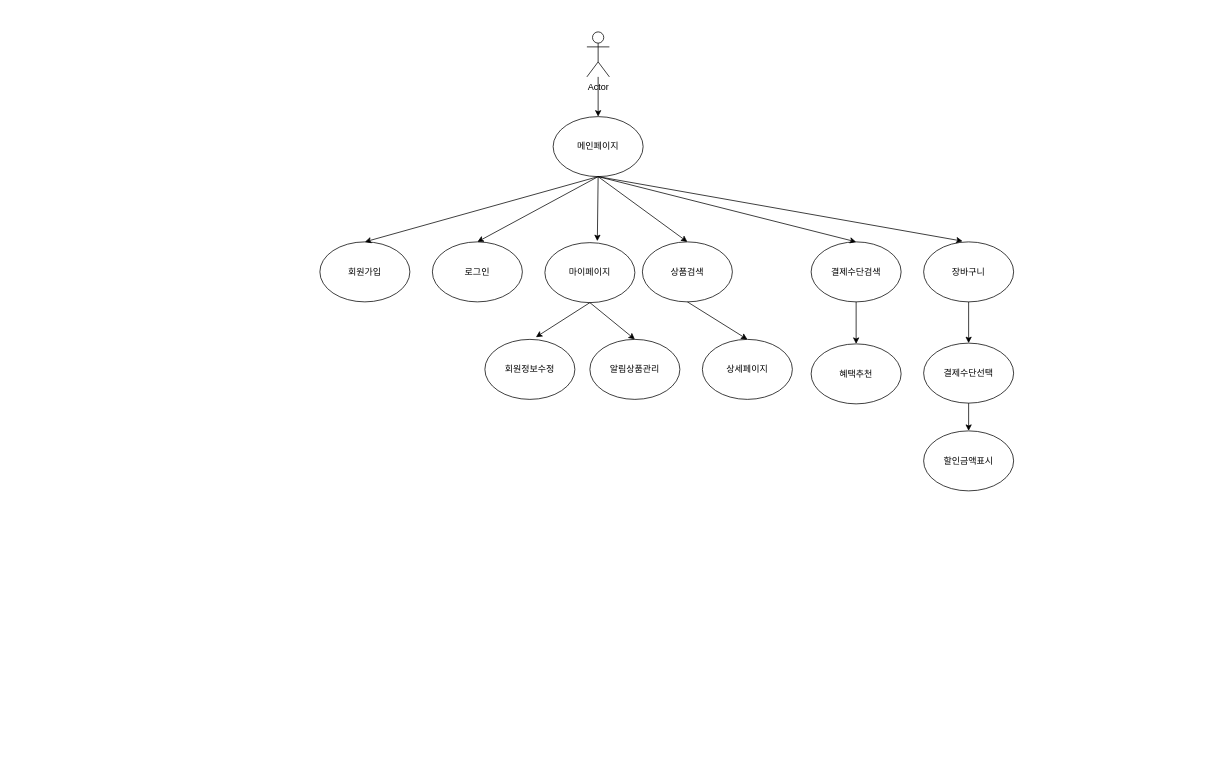
Above: 제목 없는 다이어그램.drawio in BB-3022/Front_Study (draw.io), before the change. Source tidied: cells renumbered, new cells numbered last; positions are measured from the earlier drawing's top-left corner, leaving out a move shared by most shapes. Both pictures are drawn from the tidied source at 75%, with x=0, y=0 at pixel (320, 32).
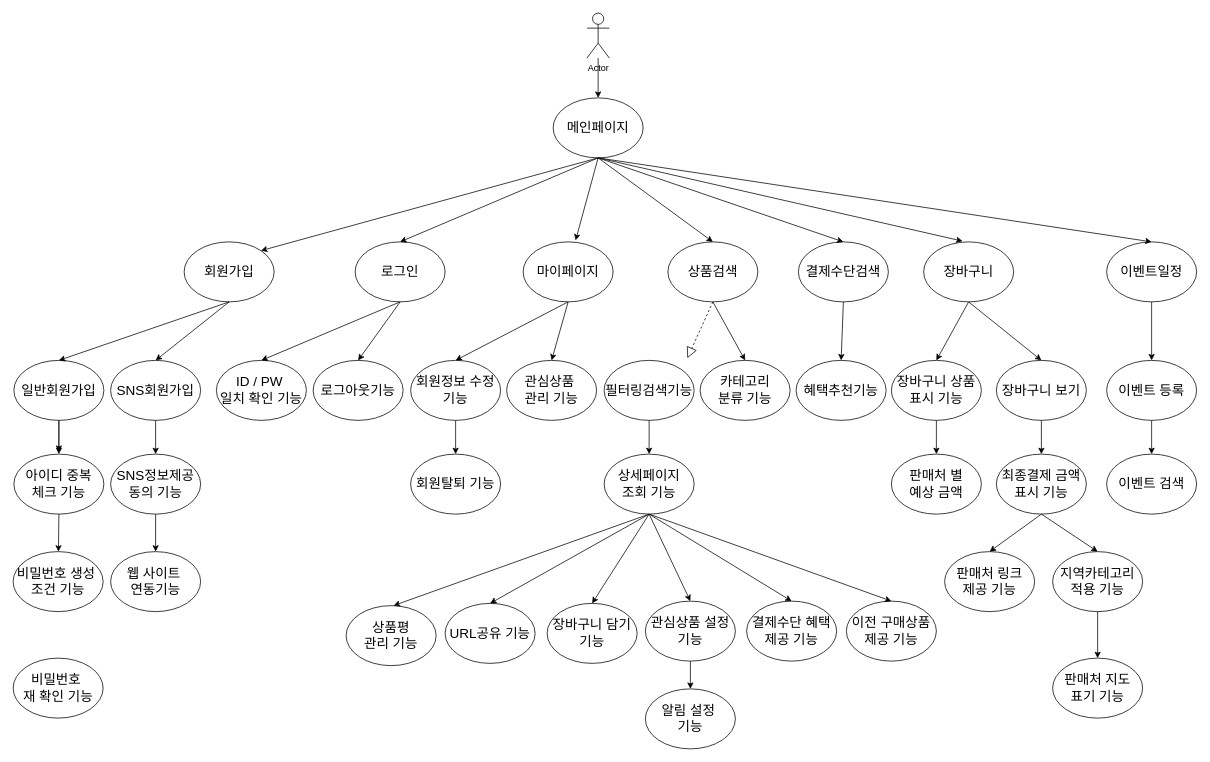
The same diagram, later.

Commit message:
유스퀘이스.drawio 업데이트

The edit, as a diff of the source:
```diff
@@
-    <mxCell id="2" value="메인페이지" style="ellipse;whiteSpace=wrap;html=1;" parent="1" vertex="1">
-      <mxGeometry x="311" y="113" width="120" height="80" as="geometry" />
+    <mxCell id="2" value="&lt;font style=&quot;font-size: 18px;&quot;&gt;메인페이지&lt;/font&gt;" style="ellipse;whiteSpace=wrap;html=1;" parent="1" vertex="1">
+      <mxGeometry x="311" y="88" width="120" height="80" as="geometry" />
     </mxCell>
-    <mxCell id="3" value="회원가입" style="ellipse;whiteSpace=wrap;html=1;" parent="1" vertex="1">
-      <mxGeometry y="280" width="120" height="80" as="geometry" />
+    <mxCell id="3" value="&lt;font style=&quot;font-size: 18px;&quot;&gt;회원가입&lt;/font&gt;" style="ellipse;whiteSpace=wrap;html=1;" parent="1" vertex="1">
+      <mxGeometry x="-181" y="280" width="120" height="80" as="geometry" />
     </mxCell>
-    <mxCell id="4" value="로그인" style="ellipse;whiteSpace=wrap;html=1;" parent="1" vertex="1">
-      <mxGeometry x="150" y="280" width="120" height="80" as="geometry" />
+    <mxCell id="4" value="&lt;font style=&quot;font-size: 18px;&quot;&gt;로그인&lt;/font&gt;" style="ellipse;whiteSpace=wrap;html=1;" parent="1" vertex="1">
+      <mxGeometry x="47" y="280" width="120" height="80" as="geometry" />
     </mxCell>
-    <mxCell id="5" value="회원정보수정" style="ellipse;whiteSpace=wrap;html=1;" parent="1" vertex="1">
-      <mxGeometry x="220" y="410" width="120" height="80" as="geometry" />
-    </mxCell>
-    <mxCell id="6" value="상품검색" style="ellipse;whiteSpace=wrap;html=1;" parent="1" vertex="1">
-      <mxGeometry x="430" y="280" width="120" height="80" as="geometry" />
+    <mxCell id="6" value="&lt;font style=&quot;font-size: 18px;&quot;&gt;상품검색&lt;/font&gt;" style="ellipse;whiteSpace=wrap;html=1;" parent="1" vertex="1">
+      <mxGeometry x="464" y="280" width="120" height="80" as="geometry" />
     </mxCell>
-    <mxCell id="7" value="결제수단검색" style="ellipse;whiteSpace=wrap;html=1;" parent="1" vertex="1">
-      <mxGeometry x="655" y="280" width="120" height="80" as="geometry" />
+    <mxCell id="7" value="&lt;font style=&quot;font-size: 18px;&quot;&gt;결제수단검색&lt;/font&gt;" style="ellipse;whiteSpace=wrap;html=1;" parent="1" vertex="1">
+      <mxGeometry x="638" y="280" width="120" height="80" as="geometry" />
     </mxCell>
-    <mxCell id="8" value="장바구니" style="ellipse;whiteSpace=wrap;html=1;" parent="1" vertex="1">
+    <mxCell id="8" value="&lt;font style=&quot;font-size: 18px;&quot;&gt;장바구니&lt;/font&gt;" style="ellipse;whiteSpace=wrap;html=1;" parent="1" vertex="1">
       <mxGeometry x="805" y="280" width="120" height="80" as="geometry" />
     </mxCell>
-    <mxCell id="9" value="마이페이지" style="ellipse;whiteSpace=wrap;html=1;" parent="1" vertex="1">
-      <mxGeometry x="300" y="281" width="120" height="80" as="geometry" />
+    <mxCell id="9" value="&lt;font style=&quot;font-size: 18px;&quot;&gt;마이페이지&lt;/font&gt;" style="ellipse;whiteSpace=wrap;html=1;" parent="1" vertex="1">
+      <mxGeometry x="271" y="280" width="120" height="80" as="geometry" />
     </mxCell>
-    <mxCell id="10" value="알림상품관리" style="ellipse;whiteSpace=wrap;html=1;" parent="1" vertex="1">
-      <mxGeometry x="360" y="410" width="120" height="80" as="geometry" />
-    </mxCell>
-    <mxCell id="11" value="상세페이지" style="ellipse;whiteSpace=wrap;html=1;" parent="1" vertex="1">
-      <mxGeometry x="510" y="410" width="120" height="80" as="geometry" />
-    </mxCell>
-    <mxCell id="12" style="endArrow=classic;html=1;rounded=0;exitX=0.5;exitY=1;exitDx=0;exitDy=0;entryX=0.5;entryY=0;entryDx=0;entryDy=0;" parent="1" edge="1" source="2" target="3">
+    <mxCell id="12" style="endArrow=classic;html=1;rounded=0;exitX=0.5;exitY=1;exitDx=0;exitDy=0;entryX=1;entryY=0;entryDx=0;entryDy=0;" parent="1" edge="1" source="2" target="3">
       <mxGeometry relative="1" as="geometry" />
     </mxCell>
@@
-    <mxCell id="18" style="endArrow=classic;html=1;rounded=0;exitX=0.5;exitY=1;exitDx=0;exitDy=0;entryX=0.567;entryY=-0.037;entryDx=0;entryDy=0;entryPerimeter=0;" parent="1" edge="1" source="9" target="5">
+    <mxCell id="18" style="endArrow=classic;html=1;rounded=0;exitX=0.5;exitY=1;exitDx=0;exitDy=0;entryX=0.5;entryY=0;entryDx=0;entryDy=0;" parent="1" edge="1" source="4" target="32">
       <mxGeometry relative="1" as="geometry" />
     </mxCell>
-    <mxCell id="19" style="endArrow=classic;html=1;rounded=0;exitX=0.5;exitY=1;exitDx=0;exitDy=0;entryX=0.5;entryY=0;entryDx=0;entryDy=0;" parent="1" edge="1" source="6" target="11">
-      <mxGeometry relative="1" as="geometry" />
-    </mxCell>
-    <mxCell id="20" style="endArrow=classic;html=1;rounded=0;exitX=0.5;exitY=1;exitDx=0;exitDy=0;entryX=0.5;entryY=0;entryDx=0;entryDy=0;" parent="1" edge="1" source="9" target="10">
+    <mxCell id="20" style="endArrow=classic;html=1;rounded=0;exitX=0.5;exitY=1;exitDx=0;exitDy=0;entryX=0.5;entryY=0;entryDx=0;entryDy=0;" parent="1" edge="1" source="9" target="34">
       <mxGeometry relative="1" as="geometry" />
     </mxCell>
-    <mxCell id="21" value="결제수단선택" style="ellipse;whiteSpace=wrap;html=1;" parent="1" vertex="1">
-      <mxGeometry x="805" y="415" width="120" height="80" as="geometry" />
-    </mxCell>
-    <mxCell id="22" value="할인금액표시" style="ellipse;whiteSpace=wrap;html=1;" parent="1" vertex="1">
-      <mxGeometry x="805" y="532" width="120" height="80" as="geometry" />
-    </mxCell>
-    <mxCell id="23" value="혜택추천" style="ellipse;whiteSpace=wrap;html=1;" parent="1" vertex="1">
-      <mxGeometry x="655" y="416" width="120" height="80" as="geometry" />
-    </mxCell>
-    <mxCell id="24" style="endArrow=classic;html=1;rounded=0;exitX=0.5;exitY=1;exitDx=0;exitDy=0;entryX=0.5;entryY=0;entryDx=0;entryDy=0;" parent="1" edge="1" source="7" target="23">
+    <mxCell id="24" style="endArrow=classic;html=1;rounded=0;exitX=0.5;exitY=1;exitDx=0;exitDy=0;entryX=0.5;entryY=0;entryDx=0;entryDy=0;" parent="1" edge="1" source="7" target="43">
       <mxGeometry relative="1" as="geometry" />
     </mxCell>
-    <mxCell id="25" style="endArrow=classic;html=1;rounded=0;exitX=0.5;exitY=1;exitDx=0;exitDy=0;" parent="1" edge="1" source="8" target="21">
+    <mxCell id="25" style="endArrow=classic;html=1;rounded=0;exitX=0.5;exitY=1;exitDx=0;exitDy=0;entryX=0.5;entryY=0;entryDx=0;entryDy=0;" parent="1" edge="1" source="8" target="44">
       <mxGeometry relative="1" as="geometry" />
     </mxCell>
-    <mxCell id="26" style="endArrow=classic;html=1;rounded=0;exitX=0.5;exitY=1;exitDx=0;exitDy=0;entryX=0.5;entryY=0;entryDx=0;entryDy=0;" parent="1" edge="1" source="21" target="22">
-      <mxGeometry relative="1" as="geometry" />
-    </mxCell>
@@
     <mxCell id="28" value="Actor" style="shape=umlActor;verticalLabelPosition=bottom;verticalAlign=top;html=1;outlineConnect=0;" parent="1" vertex="1">
-      <mxGeometry x="356" width="30" height="60" as="geometry" />
+      <mxGeometry x="356" y="-25" width="30" height="60" as="geometry" />
     </mxCell>
+    <mxCell id="29" style="edgeStyle=orthogonalEdgeStyle;rounded=0;jettySize=auto;html=1;" parent="1" edge="1" source="30" target="56">
+      <mxGeometry relative="1" as="geometry" />
+    </mxCell>
+    <mxCell id="30" value="&lt;font style=&quot;font-size: 18px;&quot;&gt;일반회원가입&lt;/font&gt;" style="ellipse;whiteSpace=wrap;html=1;" parent="1" vertex="1">
+      <mxGeometry x="-408" y="438" width="120" height="80" as="geometry" />
+    </mxCell>
+    <mxCell id="31" value="&lt;font style=&quot;font-size: 18px;&quot;&gt;SNS회원가입&lt;/font&gt;" style="ellipse;whiteSpace=wrap;html=1;" parent="1" vertex="1">
+      <mxGeometry x="-279" y="438" width="120" height="80" as="geometry" />
+    </mxCell>
+    <mxCell id="32" value="&lt;font style=&quot;font-size: 18px;&quot;&gt;로그아웃기능&lt;/font&gt;" style="ellipse;whiteSpace=wrap;html=1;" parent="1" vertex="1">
+      <mxGeometry x="-9" y="438" width="120" height="80" as="geometry" />
+    </mxCell>
+    <mxCell id="33" value="&lt;font style=&quot;font-size: 18px;&quot;&gt;회원정보 수정 기능&lt;/font&gt;" style="ellipse;whiteSpace=wrap;html=1;" parent="1" vertex="1">
+      <mxGeometry x="121" y="438" width="120" height="80" as="geometry" />
+    </mxCell>
+    <mxCell id="34" value="&lt;span style=&quot;font-size: 18px;&quot;&gt;관심상품&amp;nbsp;&lt;br&gt;관리 기능&lt;br&gt;&lt;/span&gt;" style="ellipse;whiteSpace=wrap;html=1;" parent="1" vertex="1">
+      <mxGeometry x="249" y="438" width="120" height="80" as="geometry" />
+    </mxCell>
+    <mxCell id="35" value="&lt;font style=&quot;font-size: 18px;&quot;&gt;ID / PW&amp;nbsp;&lt;br&gt;일치 확인 기능&lt;/font&gt;" style="ellipse;whiteSpace=wrap;html=1;" parent="1" vertex="1">
+      <mxGeometry x="-138" y="438" width="120" height="80" as="geometry" />
+    </mxCell>
+    <mxCell id="36" style="endArrow=classic;html=1;rounded=0;exitX=0.5;exitY=1;exitDx=0;exitDy=0;entryX=0.5;entryY=0;entryDx=0;entryDy=0;" parent="1" edge="1" source="3" target="30">
+      <mxGeometry relative="1" as="geometry" />
+    </mxCell>
+    <mxCell id="37" style="endArrow=classic;html=1;rounded=0;exitX=0.5;exitY=1;exitDx=0;exitDy=0;entryX=0.5;entryY=0;entryDx=0;entryDy=0;" parent="1" edge="1" source="3" target="31">
+      <mxGeometry relative="1" as="geometry" />
+    </mxCell>
+    <mxCell id="38" style="endArrow=classic;html=1;rounded=0;entryX=0.5;entryY=0;entryDx=0;entryDy=0;exitX=0.5;exitY=1;exitDx=0;exitDy=0;" parent="1" edge="1" source="4" target="35">
+      <mxGeometry relative="1" as="geometry" />
+    </mxCell>
+    <mxCell id="39" style="endArrow=classic;html=1;rounded=0;exitX=0.5;exitY=1;exitDx=0;exitDy=0;entryX=0.5;entryY=0;entryDx=0;entryDy=0;" parent="1" edge="1" source="9" target="33">
+      <mxGeometry relative="1" as="geometry" />
+    </mxCell>
+    <mxCell id="40" value="&lt;font style=&quot;font-size: 18px;&quot;&gt;필터링검색기능&lt;/font&gt;" style="ellipse;whiteSpace=wrap;html=1;" parent="1" vertex="1">
+      <mxGeometry x="379" y="438" width="120" height="80" as="geometry" />
+    </mxCell>
+    <mxCell id="41" value="&lt;span style=&quot;font-size: 18px;&quot;&gt;카테고리&lt;br&gt;&lt;/span&gt;&lt;font style=&quot;font-size: 18px;&quot;&gt;분류 기능&lt;/font&gt;" style="ellipse;whiteSpace=wrap;html=1;" parent="1" vertex="1">
+      <mxGeometry x="507" y="438" width="120" height="80" as="geometry" />
+    </mxCell>
+    <mxCell id="42" style="endArrow=classic;html=1;rounded=0;exitX=0.5;exitY=1;exitDx=0;exitDy=0;entryX=0.5;entryY=0;entryDx=0;entryDy=0;" parent="1" edge="1" source="6" target="41">
+      <mxGeometry relative="1" as="geometry" />
+    </mxCell>
+    <mxCell id="43" value="&lt;font style=&quot;font-size: 18px;&quot;&gt;혜택추천기능&lt;/font&gt;" style="ellipse;whiteSpace=wrap;html=1;" parent="1" vertex="1">
+      <mxGeometry x="635" y="438" width="120" height="80" as="geometry" />
+    </mxCell>
+    <mxCell id="44" value="&lt;font style=&quot;font-size: 18px;&quot;&gt;장바구니 상품표시&amp;nbsp;기능&lt;/font&gt;" style="ellipse;whiteSpace=wrap;html=1;" parent="1" vertex="1">
+      <mxGeometry x="762" y="438" width="120" height="80" as="geometry" />
+    </mxCell>
+    <mxCell id="45" value="&lt;font style=&quot;font-size: 18px;&quot;&gt;장바구니 보기&lt;/font&gt;" style="ellipse;whiteSpace=wrap;html=1;" parent="1" vertex="1">
+      <mxGeometry x="902" y="438" width="120" height="80" as="geometry" />
+    </mxCell>
+    <mxCell id="46" style="endArrow=classic;html=1;rounded=0;exitX=0.5;exitY=1;exitDx=0;exitDy=0;entryX=0.5;entryY=0;entryDx=0;entryDy=0;" parent="1" edge="1" source="8" target="45">
+      <mxGeometry relative="1" as="geometry" />
+    </mxCell>
+    <mxCell id="47" value="&lt;span style=&quot;font-size: 18px;&quot;&gt;최종결제 금액&lt;br&gt;표시 기능&lt;br&gt;&lt;/span&gt;" style="ellipse;whiteSpace=wrap;html=1;" parent="1" vertex="1">
+      <mxGeometry x="902" y="563" width="120" height="80" as="geometry" />
+    </mxCell>
+    <mxCell id="48" value="&lt;font style=&quot;font-size: 18px;&quot;&gt;판매처 링크 &lt;br&gt;제공 기능&lt;/font&gt;" style="ellipse;whiteSpace=wrap;html=1;" parent="1" vertex="1">
+      <mxGeometry x="833" y="693" width="120" height="80" as="geometry" />
+    </mxCell>
+    <mxCell id="49" value="&lt;font style=&quot;font-size: 18px;&quot;&gt;지역카테고리&lt;br&gt;적용 기능&lt;/font&gt;" style="ellipse;whiteSpace=wrap;html=1;" parent="1" vertex="1">
+      <mxGeometry x="977" y="693" width="120" height="80" as="geometry" />
+    </mxCell>
+    <mxCell id="50" value="&lt;font style=&quot;font-size: 18px;&quot;&gt;판매처 지도 &lt;br&gt;표기 기능&lt;/font&gt;" style="ellipse;whiteSpace=wrap;html=1;" parent="1" vertex="1">
+      <mxGeometry x="977" y="835" width="120" height="80" as="geometry" />
+    </mxCell>
+    <mxCell id="51" style="endArrow=classic;html=1;rounded=0;exitX=0.5;exitY=1;exitDx=0;exitDy=0;entryX=0.5;entryY=0;entryDx=0;entryDy=0;" parent="1" edge="1" source="45" target="47">
+      <mxGeometry relative="1" as="geometry" />
+    </mxCell>
+    <mxCell id="52" style="endArrow=classic;html=1;rounded=0;exitX=0.5;exitY=1;exitDx=0;exitDy=0;entryX=0.5;entryY=0;entryDx=0;entryDy=0;" parent="1" edge="1" source="47" target="48">
+      <mxGeometry relative="1" as="geometry" />
+    </mxCell>
+    <mxCell id="53" style="endArrow=classic;html=1;rounded=0;exitX=0.5;exitY=1;exitDx=0;exitDy=0;entryX=0.5;entryY=0;entryDx=0;entryDy=0;" parent="1" edge="1" source="47" target="49">
+      <mxGeometry relative="1" as="geometry" />
+    </mxCell>
+    <mxCell id="54" style="endArrow=classic;html=1;rounded=0;exitX=0.5;exitY=1;exitDx=0;exitDy=0;" parent="1" edge="1" source="49" target="50">
+      <mxGeometry relative="1" as="geometry" />
+    </mxCell>
+    <mxCell id="55" value="&lt;font style=&quot;font-size: 18px;&quot;&gt;상세페이지 &lt;br&gt;조회 기능&lt;/font&gt;" style="ellipse;whiteSpace=wrap;html=1;" parent="1" vertex="1">
+      <mxGeometry x="379" y="563" width="120" height="80" as="geometry" />
+    </mxCell>
+    <mxCell id="56" value="&lt;font style=&quot;font-size: 18px;&quot;&gt;아이디 중복&lt;br&gt;체크 기능&lt;/font&gt;" style="ellipse;whiteSpace=wrap;html=1;" parent="1" vertex="1">
+      <mxGeometry x="-408" y="563" width="120" height="80" as="geometry" />
+    </mxCell>
+    <mxCell id="57" style="endArrow=classic;html=1;rounded=0;exitX=0.5;exitY=1;exitDx=0;exitDy=0;" parent="1" edge="1" source="30">
+      <mxGeometry relative="1" as="geometry">
+        <mxPoint x="-348" y="560" as="targetPoint" />
+      </mxGeometry>
+    </mxCell>
+    <mxCell id="58" value="&lt;span style=&quot;font-size: 18px;&quot;&gt;비밀번호 생성&amp;nbsp;&lt;br&gt;조건 기능&lt;br&gt;&lt;/span&gt;" style="ellipse;whiteSpace=wrap;html=1;" parent="1" vertex="1">
+      <mxGeometry x="-409" y="693" width="120" height="80" as="geometry" />
+    </mxCell>
+    <mxCell id="59" value="&lt;font style=&quot;font-size: 18px;&quot;&gt;관심상품 설정기능&lt;/font&gt;" style="ellipse;whiteSpace=wrap;html=1;" parent="1" vertex="1">
+      <mxGeometry x="434" y="759" width="120" height="80" as="geometry" />
+    </mxCell>
+    <mxCell id="60" value="&lt;font style=&quot;font-size: 18px;&quot;&gt;URL공유 기능&lt;/font&gt;" style="ellipse;whiteSpace=wrap;html=1;" parent="1" vertex="1">
+      <mxGeometry x="167" y="762" width="120" height="80" as="geometry" />
+    </mxCell>
+    <mxCell id="61" value="&lt;span style=&quot;font-size: 18px;&quot;&gt;상품평 &lt;br&gt;관리 기능&lt;br&gt;&lt;/span&gt;" style="ellipse;whiteSpace=wrap;html=1;" parent="1" vertex="1">
+      <mxGeometry x="35" y="765" width="120" height="80" as="geometry" />
+    </mxCell>
+    <mxCell id="62" value="&lt;font style=&quot;font-size: 18px;&quot;&gt;장바구니 담기 기능&lt;/font&gt;" style="ellipse;whiteSpace=wrap;html=1;" parent="1" vertex="1">
+      <mxGeometry x="303" y="762" width="120" height="80" as="geometry" />
+    </mxCell>
+    <mxCell id="63" value="&lt;font style=&quot;font-size: 18px;&quot;&gt;결제수단 혜택 &lt;br&gt;제공 기능&lt;/font&gt;" style="ellipse;whiteSpace=wrap;html=1;" parent="1" vertex="1">
+      <mxGeometry x="569" y="759" width="120" height="80" as="geometry" />
+    </mxCell>
+    <mxCell id="64" value="&lt;font style=&quot;font-size: 18px;&quot;&gt;이전 구매상품 &lt;br&gt;제공 기능&lt;/font&gt;" style="ellipse;whiteSpace=wrap;html=1;" parent="1" vertex="1">
+      <mxGeometry x="702" y="759" width="120" height="80" as="geometry" />
+    </mxCell>
+    <mxCell id="65" style="endArrow=classic;html=1;rounded=0;exitX=0.5;exitY=1;exitDx=0;exitDy=0;" parent="1" edge="1" source="56" target="58">
+      <mxGeometry relative="1" as="geometry" />
+    </mxCell>
+    <mxCell id="66" style="endArrow=classic;html=1;rounded=0;exitX=0.5;exitY=1;exitDx=0;exitDy=0;entryX=0.5;entryY=0;entryDx=0;entryDy=0;" parent="1" edge="1" source="40" target="55">
+      <mxGeometry relative="1" as="geometry" />
+    </mxCell>
+    <mxCell id="67" style="endArrow=classic;html=1;rounded=0;entryX=0.5;entryY=0;entryDx=0;entryDy=0;exitX=0.5;exitY=1;exitDx=0;exitDy=0;" parent="1" edge="1" source="55" target="63">
+      <mxGeometry relative="1" as="geometry" />
+    </mxCell>
+    <mxCell id="68" style="endArrow=classic;html=1;rounded=0;entryX=0.5;entryY=0;entryDx=0;entryDy=0;exitX=0.512;exitY=1.006;exitDx=0;exitDy=0;exitPerimeter=0;" parent="1" edge="1" source="55" target="64">
+      <mxGeometry relative="1" as="geometry" />
+    </mxCell>
+    <mxCell id="69" style="endArrow=classic;html=1;rounded=0;exitX=0.5;exitY=1;exitDx=0;exitDy=0;entryX=0.5;entryY=0;entryDx=0;entryDy=0;" parent="1" edge="1" source="55" target="59">
+      <mxGeometry relative="1" as="geometry" />
+    </mxCell>
+    <mxCell id="70" style="endArrow=classic;html=1;rounded=0;exitX=0.5;exitY=1;exitDx=0;exitDy=0;entryX=0.5;entryY=0;entryDx=0;entryDy=0;" parent="1" edge="1" source="55" target="62">
+      <mxGeometry relative="1" as="geometry" />
+    </mxCell>
+    <mxCell id="71" style="endArrow=classic;html=1;rounded=0;exitX=0.5;exitY=1;exitDx=0;exitDy=0;entryX=0.5;entryY=0;entryDx=0;entryDy=0;" parent="1" edge="1" source="55" target="60">
+      <mxGeometry relative="1" as="geometry" />
+    </mxCell>
+    <mxCell id="72" style="endArrow=classic;html=1;rounded=0;exitX=0.5;exitY=1;exitDx=0;exitDy=0;entryX=0.528;entryY=-0.001;entryDx=0;entryDy=0;entryPerimeter=0;" parent="1" edge="1" source="55" target="61">
+      <mxGeometry relative="1" as="geometry" />
+    </mxCell>
+    <mxCell id="73" value="&lt;font style=&quot;font-size: 18px;&quot;&gt;판매처 별 &lt;br&gt;예상 금액&lt;/font&gt;" style="ellipse;whiteSpace=wrap;html=1;" parent="1" vertex="1">
+      <mxGeometry x="762" y="563" width="120" height="80" as="geometry" />
+    </mxCell>
+    <mxCell id="74" style="endArrow=classic;html=1;rounded=0;exitX=0.5;exitY=1;exitDx=0;exitDy=0;" parent="1" edge="1" source="44" target="73">
+      <mxGeometry relative="1" as="geometry" />
+    </mxCell>
+    <mxCell id="75" style="endArrow=block;dashed=1;endFill=0;endSize=12;html=1;rounded=0;exitX=0.5;exitY=1;exitDx=0;exitDy=0;entryX=0.5;entryY=0;entryDx=0;entryDy=0;" parent="1" edge="1">
+      <mxGeometry relative="1" as="geometry">
+        <mxPoint x="524" y="360" as="sourcePoint" />
+        <mxPoint x="490" y="435" as="targetPoint" />
+      </mxGeometry>
+    </mxCell>
+    <mxCell id="76" value="&lt;span style=&quot;font-size: 18px;&quot;&gt;회원탈퇴 기능&lt;/span&gt;" style="ellipse;whiteSpace=wrap;html=1;" parent="1" vertex="1">
+      <mxGeometry x="121" y="563" width="120" height="80" as="geometry" />
+    </mxCell>
+    <mxCell id="77" style="endArrow=classic;html=1;rounded=0;exitX=0.5;exitY=1;exitDx=0;exitDy=0;" parent="1" edge="1" source="33" target="76">
+      <mxGeometry relative="1" as="geometry" />
+    </mxCell>
+    <mxCell id="78" value="&lt;font style=&quot;font-size: 18px;&quot;&gt;SNS정보제공 동의 기능&lt;/font&gt;" style="ellipse;whiteSpace=wrap;html=1;" parent="1" vertex="1">
+      <mxGeometry x="-279" y="563" width="120" height="80" as="geometry" />
+    </mxCell>
+    <mxCell id="79" value="&lt;span style=&quot;font-size: 18px;&quot;&gt;웹 사이트&amp;nbsp;&lt;br&gt;연동기능&lt;br&gt;&lt;/span&gt;" style="ellipse;whiteSpace=wrap;html=1;" parent="1" vertex="1">
+      <mxGeometry x="-279" y="693" width="120" height="80" as="geometry" />
+    </mxCell>
+    <mxCell id="80" style="endArrow=classic;html=1;rounded=0;exitX=0.5;exitY=1;exitDx=0;exitDy=0;entryX=0.5;entryY=0;entryDx=0;entryDy=0;" parent="1" edge="1" source="31" target="78">
+      <mxGeometry relative="1" as="geometry" />
+    </mxCell>
+    <mxCell id="81" style="endArrow=classic;html=1;rounded=0;exitX=0.5;exitY=1;exitDx=0;exitDy=0;" parent="1" edge="1" source="78" target="79">
+      <mxGeometry relative="1" as="geometry" />
+    </mxCell>
+    <mxCell id="82" value="&lt;font style=&quot;font-size: 18px;&quot;&gt;비밀번호&amp;nbsp;&lt;br&gt;재 확인 기능&lt;/font&gt;" style="ellipse;whiteSpace=wrap;html=1;" parent="1" vertex="1">
+      <mxGeometry x="-409" y="835" width="120" height="80" as="geometry" />
+    </mxCell>
+    <mxCell id="83" value="&lt;span style=&quot;font-size: 18px;&quot;&gt;알림 설정&amp;nbsp;&lt;br&gt;기능&lt;br&gt;&lt;/span&gt;" style="ellipse;whiteSpace=wrap;html=1;" parent="1" vertex="1">
+      <mxGeometry x="434" y="876" width="120" height="80" as="geometry" />
+    </mxCell>
+    <mxCell id="84" style="endArrow=classic;html=1;rounded=0;exitX=0.5;exitY=1;exitDx=0;exitDy=0;entryX=0.5;entryY=0;entryDx=0;entryDy=0;" parent="1" edge="1" source="59" target="83">
+      <mxGeometry relative="1" as="geometry" />
+    </mxCell>
+    <mxCell id="85" value="&lt;span style=&quot;font-size: 18px;&quot;&gt;이벤트일정&lt;/span&gt;" style="ellipse;whiteSpace=wrap;html=1;" parent="1" vertex="1">
+      <mxGeometry x="1049" y="280" width="120" height="80" as="geometry" />
+    </mxCell>
+    <mxCell id="86" value="&lt;span style=&quot;font-size: 18px;&quot;&gt;이벤트 등록&lt;/span&gt;" style="ellipse;whiteSpace=wrap;html=1;" parent="1" vertex="1">
+      <mxGeometry x="1049" y="438" width="120" height="80" as="geometry" />
+    </mxCell>
+    <mxCell id="87" value="&lt;span style=&quot;font-size: 18px;&quot;&gt;이벤트 검색&lt;/span&gt;" style="ellipse;whiteSpace=wrap;html=1;" parent="1" vertex="1">
+      <mxGeometry x="1049" y="563" width="120" height="80" as="geometry" />
+    </mxCell>
+    <mxCell id="88" style="endArrow=classic;html=1;rounded=0;exitX=0.5;exitY=1;exitDx=0;exitDy=0;entryX=0.5;entryY=0;entryDx=0;entryDy=0;" parent="1" edge="1" source="2" target="85">
+      <mxGeometry relative="1" as="geometry" />
+    </mxCell>
+    <mxCell id="89" style="endArrow=classic;html=1;rounded=0;entryX=0.5;entryY=0;entryDx=0;entryDy=0;exitX=0.5;exitY=1;exitDx=0;exitDy=0;" parent="1" edge="1" source="85" target="86">
+      <mxGeometry relative="1" as="geometry" />
+    </mxCell>
+    <mxCell id="90" style="endArrow=classic;html=1;rounded=0;entryX=0.5;entryY=0;entryDx=0;entryDy=0;exitX=0.5;exitY=1;exitDx=0;exitDy=0;" parent="1" edge="1" source="86" target="87">
+      <mxGeometry relative="1" as="geometry" />
+    </mxCell>
```
